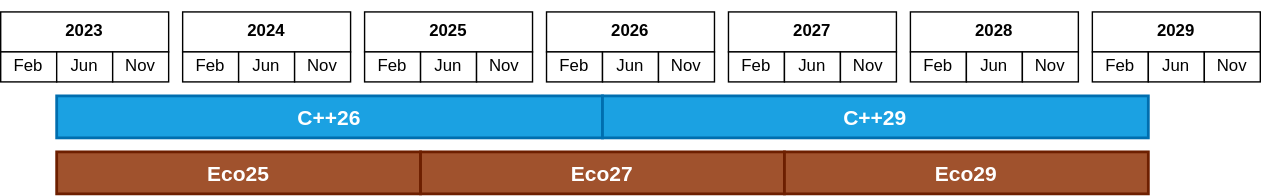
Before: wg21/ecosystem_is/timeline.drawio.svg, a diagram exported from draw.io (grafikrobot/papers). Source tidied: cells renumbered, new cells last; positions are measured from the earlier drawing's top-left corner, leaving out a move shared by most shapes.
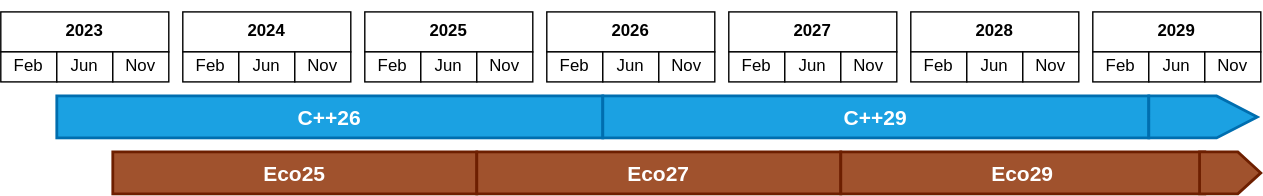
The same diagram one commit later.

Change to the diagram source:
```diff
@@ -114,13 +114,19 @@
       <mxGeometry x="430" y="60" width="390" height="30" as="geometry" />
     </mxCell>
     <mxCell id="39" value="Eco25" style="rounded=0;whiteSpace=wrap;html=1;fontSize=15;strokeWidth=2;fillColor=#a0522d;fontColor=#ffffff;strokeColor=#6D1F00;fontStyle=1;" parent="1" vertex="1">
-      <mxGeometry x="40" y="100" width="260" height="30" as="geometry" />
+      <mxGeometry x="80" y="100" width="260" height="30" as="geometry" />
     </mxCell>
     <mxCell id="40" value="Eco27" style="rounded=0;whiteSpace=wrap;html=1;fontSize=15;strokeWidth=2;fillColor=#a0522d;fontColor=#ffffff;strokeColor=#6D1F00;fontStyle=1;" parent="1" vertex="1">
-      <mxGeometry x="300" y="100" width="260" height="30" as="geometry" />
+      <mxGeometry x="340" y="100" width="260" height="30" as="geometry" />
     </mxCell>
     <mxCell id="41" value="Eco29" style="rounded=0;whiteSpace=wrap;html=1;fontSize=15;strokeWidth=2;fillColor=#a0522d;fontColor=#ffffff;strokeColor=#6D1F00;fontStyle=1;" parent="1" vertex="1">
-      <mxGeometry x="560" y="100" width="260" height="30" as="geometry" />
+      <mxGeometry x="600" y="100" width="260" height="30" as="geometry" />
     </mxCell>
+    <mxCell id="42" style="shape=offPageConnector;whiteSpace=wrap;html=1;gradientDirection=east;rotation=-90;fillColor=#1ba1e2;fontColor=#ffffff;strokeColor=#006EAF;strokeWidth=2;" parent="1" vertex="1">
+      <mxGeometry x="843.8" y="36.2" width="30" height="77.5" as="geometry" />
+    </mxCell>
+    <mxCell id="43" style="shape=offPageConnector;whiteSpace=wrap;html=1;gradientDirection=east;rotation=-90;fillColor=#a0522d;fontColor=#ffffff;strokeColor=#6D1F00;strokeWidth=2;" parent="1" vertex="1">
+      <mxGeometry x="863.1" y="93.1" width="30" height="43.8" as="geometry" />
+    </mxCell>
   </root>
 </mxGraphModel>
```
